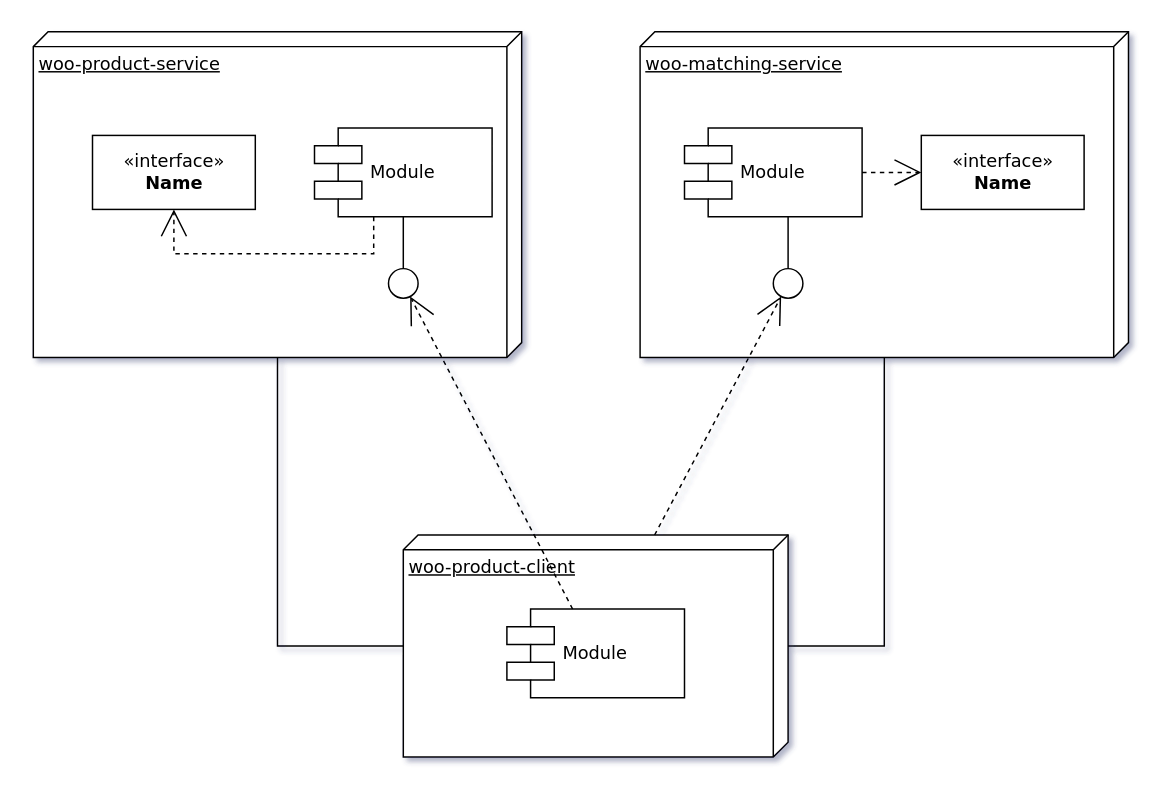
Earlier version of the draw.io diagram Fooda Microservice Diagram.drawio (siri2021/fooda_backend). Source tidied: cells renumbered, new cells numbered last; positions are measured from the earlier drawing's top-left corner, leaving out a move shared by most shapes. Both pictures are drawn from the tidied source at 148%, with x=0, y=0 at pixel (33, 31).
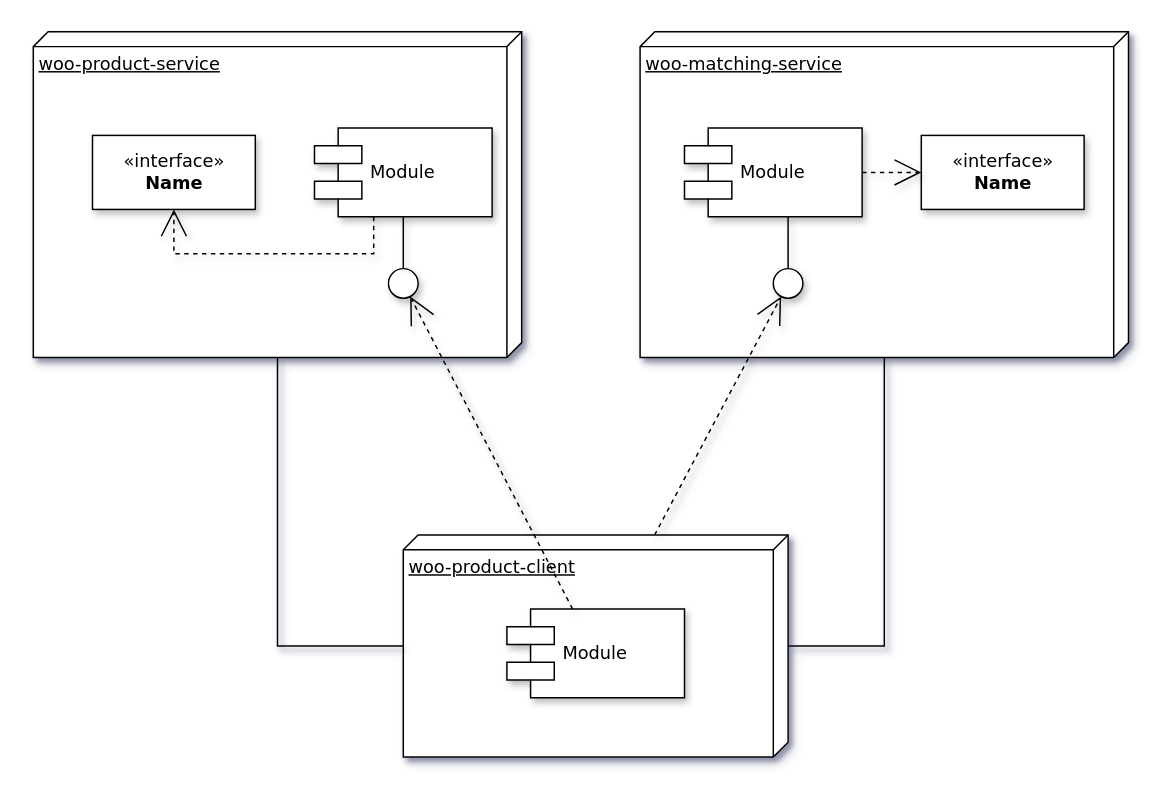
The same diagram, later.

The edit, as a diff of the source:
```diff
@@
-    <mxCell id="2" value="woo-product-service" style="verticalAlign=top;align=left;spacingTop=8;spacingLeft=2;spacingRight=12;shape=cube;size=10;direction=south;fontStyle=4;html=1;rounded=0;shadow=0;comic=0;labelBackgroundColor=none;strokeWidth=1;fontFamily=Verdana;fontSize=12;" parent="1" vertex="1">
+    <mxCell id="2" value="woo-product-service" style="verticalAlign=top;align=left;spacingTop=8;spacingLeft=2;spacingRight=12;shape=cube;size=10;direction=south;fontStyle=4;html=1;rounded=0;shadow=1;comic=0;labelBackgroundColor=none;strokeWidth=1;fontFamily=Verdana;fontSize=12;" parent="1" vertex="1">
       <mxGeometry width="330" height="220" as="geometry" />
     </mxCell>
-    <mxCell id="3" value="woo-matching-service" style="verticalAlign=top;align=left;spacingTop=8;spacingLeft=2;spacingRight=12;shape=cube;size=10;direction=south;fontStyle=4;html=1;rounded=0;shadow=0;comic=0;labelBackgroundColor=none;strokeWidth=1;fontFamily=Verdana;fontSize=12;" parent="1" vertex="1">
+    <mxCell id="3" value="woo-matching-service" style="verticalAlign=top;align=left;spacingTop=8;spacingLeft=2;spacingRight=12;shape=cube;size=10;direction=south;fontStyle=4;html=1;rounded=0;shadow=1;comic=0;labelBackgroundColor=none;strokeWidth=1;fontFamily=Verdana;fontSize=12;" parent="1" vertex="1">
       <mxGeometry x="410" width="330" height="220" as="geometry" />
     </mxCell>
-    <mxCell id="4" value="woo-product-client" style="verticalAlign=top;align=left;spacingTop=8;spacingLeft=2;spacingRight=12;shape=cube;size=10;direction=south;fontStyle=4;html=1;rounded=0;shadow=0;comic=0;labelBackgroundColor=none;strokeWidth=1;fontFamily=Verdana;fontSize=12;" parent="1" vertex="1">
+    <mxCell id="4" value="woo-product-client" style="verticalAlign=top;align=left;spacingTop=8;spacingLeft=2;spacingRight=12;shape=cube;size=10;direction=south;fontStyle=4;html=1;rounded=0;shadow=1;comic=0;labelBackgroundColor=none;strokeWidth=1;fontFamily=Verdana;fontSize=12;" parent="1" vertex="1">
       <mxGeometry x="250" y="340" width="260" height="150" as="geometry" />
     </mxCell>
-    <mxCell id="5" value="&amp;laquo;interface&amp;raquo;&lt;br&gt;&lt;b&gt;Name&lt;/b&gt;" style="html=1;rounded=0;shadow=0;comic=0;labelBackgroundColor=none;strokeWidth=1;fontFamily=Verdana;fontSize=12;align=center;" parent="1" vertex="1">
+    <mxCell id="5" value="&amp;laquo;interface&amp;raquo;&lt;br&gt;&lt;b&gt;Name&lt;/b&gt;" style="html=1;rounded=0;shadow=1;comic=0;labelBackgroundColor=none;strokeWidth=1;fontFamily=Verdana;fontSize=12;align=center;" parent="1" vertex="1">
       <mxGeometry x="40" y="70" width="110" height="50" as="geometry" />
     </mxCell>
-    <mxCell id="6" value="Module" style="shape=component;align=left;spacingLeft=36;rounded=0;shadow=0;comic=0;labelBackgroundColor=none;strokeWidth=1;fontFamily=Verdana;fontSize=12;html=1;" parent="1" vertex="1">
+    <mxCell id="6" value="Module" style="shape=component;align=left;spacingLeft=36;rounded=0;shadow=1;comic=0;labelBackgroundColor=none;strokeWidth=1;fontFamily=Verdana;fontSize=12;html=1;" parent="1" vertex="1">
       <mxGeometry x="190" y="65" width="120" height="60" as="geometry" />
     </mxCell>
-    <mxCell id="7" style="ellipse;whiteSpace=wrap;html=1;rounded=0;shadow=0;comic=0;labelBackgroundColor=none;strokeWidth=1;fontFamily=Verdana;fontSize=12;align=center;" parent="1" vertex="1">
+    <mxCell id="7" style="ellipse;whiteSpace=wrap;html=1;rounded=0;shadow=1;comic=0;labelBackgroundColor=none;strokeWidth=1;fontFamily=Verdana;fontSize=12;align=center;" parent="1" vertex="1">
       <mxGeometry x="240" y="160" width="20" height="20" as="geometry" />
     </mxCell>
-    <mxCell id="8" value="Module" style="shape=component;align=left;spacingLeft=36;rounded=0;shadow=0;comic=0;labelBackgroundColor=none;strokeWidth=1;fontFamily=Verdana;fontSize=12;html=1;" parent="1" vertex="1">
+    <mxCell id="8" value="Module" style="shape=component;align=left;spacingLeft=36;rounded=0;shadow=1;comic=0;labelBackgroundColor=none;strokeWidth=1;fontFamily=Verdana;fontSize=12;html=1;" parent="1" vertex="1">
       <mxGeometry x="440" y="65" width="120" height="60" as="geometry" />
     </mxCell>
-    <mxCell id="9" value="&amp;laquo;interface&amp;raquo;&lt;br&gt;&lt;b&gt;Name&lt;/b&gt;" style="html=1;rounded=0;shadow=0;comic=0;labelBackgroundColor=none;strokeWidth=1;fontFamily=Verdana;fontSize=12;align=center;" parent="1" vertex="1">
+    <mxCell id="9" value="&amp;laquo;interface&amp;raquo;&lt;br&gt;&lt;b&gt;Name&lt;/b&gt;" style="html=1;rounded=0;shadow=1;comic=0;labelBackgroundColor=none;strokeWidth=1;fontFamily=Verdana;fontSize=12;align=center;" parent="1" vertex="1">
       <mxGeometry x="600" y="70" width="110" height="50" as="geometry" />
     </mxCell>
-    <mxCell id="10" style="ellipse;whiteSpace=wrap;html=1;rounded=0;shadow=0;comic=0;labelBackgroundColor=none;strokeWidth=1;fontFamily=Verdana;fontSize=12;align=center;" parent="1" vertex="1">
+    <mxCell id="10" style="ellipse;whiteSpace=wrap;html=1;rounded=0;shadow=1;comic=0;labelBackgroundColor=none;strokeWidth=1;fontFamily=Verdana;fontSize=12;align=center;" parent="1" vertex="1">
       <mxGeometry x="500" y="160" width="20" height="20" as="geometry" />
     </mxCell>
-    <mxCell id="11" value="Module" style="shape=component;align=left;spacingLeft=36;rounded=0;shadow=0;comic=0;labelBackgroundColor=none;strokeWidth=1;fontFamily=Verdana;fontSize=12;html=1;" parent="1" vertex="1">
+    <mxCell id="11" value="Module" style="shape=component;align=left;spacingLeft=36;rounded=0;shadow=1;comic=0;labelBackgroundColor=none;strokeWidth=1;fontFamily=Verdana;fontSize=12;html=1;" parent="1" vertex="1">
       <mxGeometry x="320" y="390" width="120" height="60" as="geometry" />
     </mxCell>
-    <mxCell id="12" style="edgeStyle=none;rounded=0;html=1;dashed=1;labelBackgroundColor=none;startArrow=none;startFill=0;startSize=8;endArrow=open;endFill=0;endSize=16;fontFamily=Verdana;fontSize=12;" parent="1" edge="1" source="11" target="7">
+    <mxCell id="12" style="edgeStyle=none;rounded=0;html=1;dashed=1;labelBackgroundColor=none;startArrow=none;startFill=0;startSize=8;endArrow=open;endFill=0;endSize=16;fontFamily=Verdana;fontSize=12;shadow=1;" parent="1" edge="1" source="11" target="7">
       <mxGeometry relative="1" as="geometry" />
     </mxCell>
-    <mxCell id="13" style="edgeStyle=none;rounded=0;html=1;dashed=1;labelBackgroundColor=none;startArrow=none;startFill=0;startSize=8;endArrow=open;endFill=0;endSize=16;fontFamily=Verdana;fontSize=12;" parent="1" edge="1" source="4" target="10">
+    <mxCell id="13" style="edgeStyle=none;rounded=0;html=1;dashed=1;labelBackgroundColor=none;startArrow=none;startFill=0;startSize=8;endArrow=open;endFill=0;endSize=16;fontFamily=Verdana;fontSize=12;shadow=1;" parent="1" edge="1" source="4" target="10">
       <mxGeometry relative="1" as="geometry" />
     </mxCell>
-    <mxCell id="14" style="edgeStyle=elbowEdgeStyle;rounded=0;html=1;labelBackgroundColor=none;startArrow=none;startFill=0;startSize=8;endArrow=none;endFill=0;endSize=16;fontFamily=Verdana;fontSize=12;" parent="1" edge="1" source="10" target="8">
+    <mxCell id="14" style="edgeStyle=elbowEdgeStyle;rounded=0;html=1;labelBackgroundColor=none;startArrow=none;startFill=0;startSize=8;endArrow=none;endFill=0;endSize=16;fontFamily=Verdana;fontSize=12;shadow=1;" parent="1" edge="1" source="10" target="8">
       <mxGeometry relative="1" as="geometry" />
     </mxCell>
-    <mxCell id="15" style="edgeStyle=elbowEdgeStyle;rounded=0;html=1;labelBackgroundColor=none;startArrow=none;startFill=0;startSize=8;endArrow=none;endFill=0;endSize=16;fontFamily=Verdana;fontSize=12;" parent="1" edge="1" source="7" target="6">
+    <mxCell id="15" style="edgeStyle=elbowEdgeStyle;rounded=0;html=1;labelBackgroundColor=none;startArrow=none;startFill=0;startSize=8;endArrow=none;endFill=0;endSize=16;fontFamily=Verdana;fontSize=12;shadow=1;" parent="1" edge="1" source="7" target="6">
       <mxGeometry relative="1" as="geometry" />
     </mxCell>
-    <mxCell id="16" style="edgeStyle=orthogonalEdgeStyle;rounded=0;html=1;labelBackgroundColor=none;startArrow=none;startFill=0;startSize=8;endArrow=open;endFill=0;endSize=16;fontFamily=Verdana;fontSize=12;dashed=1;" parent="1" edge="1" source="6" target="5">
+    <mxCell id="16" style="edgeStyle=orthogonalEdgeStyle;rounded=0;html=1;labelBackgroundColor=none;startArrow=none;startFill=0;startSize=8;endArrow=open;endFill=0;endSize=16;fontFamily=Verdana;fontSize=12;dashed=1;shadow=1;" parent="1" edge="1" source="6" target="5">
       <mxGeometry relative="1" as="geometry">
         <Array as="points">
           <mxPoint x="230" y="150" />
           <mxPoint x="95" y="150" />
         </Array>
       </mxGeometry>
     </mxCell>
-    <mxCell id="17" style="edgeStyle=orthogonalEdgeStyle;rounded=0;html=1;dashed=1;labelBackgroundColor=none;startArrow=none;startFill=0;startSize=8;endArrow=open;endFill=0;endSize=16;fontFamily=Verdana;fontSize=12;" parent="1" edge="1" source="8" target="9">
+    <mxCell id="17" style="edgeStyle=orthogonalEdgeStyle;rounded=0;html=1;dashed=1;labelBackgroundColor=none;startArrow=none;startFill=0;startSize=8;endArrow=open;endFill=0;endSize=16;fontFamily=Verdana;fontSize=12;shadow=1;" parent="1" edge="1" source="8" target="9">
       <mxGeometry relative="1" as="geometry" />
     </mxCell>
-    <mxCell id="18" style="edgeStyle=orthogonalEdgeStyle;rounded=0;html=1;labelBackgroundColor=none;startArrow=none;startFill=0;startSize=8;endArrow=none;endFill=0;endSize=16;fontFamily=Verdana;fontSize=12;" parent="1" edge="1" source="4" target="3">
+    <mxCell id="18" style="edgeStyle=orthogonalEdgeStyle;rounded=0;html=1;labelBackgroundColor=none;startArrow=none;startFill=0;startSize=8;endArrow=none;endFill=0;endSize=16;fontFamily=Verdana;fontSize=12;shadow=1;" parent="1" edge="1" source="4" target="3">
       <mxGeometry relative="1" as="geometry">
         <Array as="points">
           <mxPoint x="575" y="415" />
         </Array>
       </mxGeometry>
     </mxCell>
-    <mxCell id="19" style="edgeStyle=orthogonalEdgeStyle;rounded=0;html=1;labelBackgroundColor=none;startArrow=none;startFill=0;startSize=8;endArrow=none;endFill=0;endSize=16;fontFamily=Verdana;fontSize=12;" parent="1" edge="1" source="4" target="2">
+    <mxCell id="19" style="edgeStyle=orthogonalEdgeStyle;rounded=0;html=1;labelBackgroundColor=none;startArrow=none;startFill=0;startSize=8;endArrow=none;endFill=0;endSize=16;fontFamily=Verdana;fontSize=12;shadow=1;" parent="1" edge="1" source="4" target="2">
       <mxGeometry relative="1" as="geometry">
         <Array as="points">
           <mxPoint x="165" y="415" />
         </Array>
       </mxGeometry>
     </mxCell>
```
